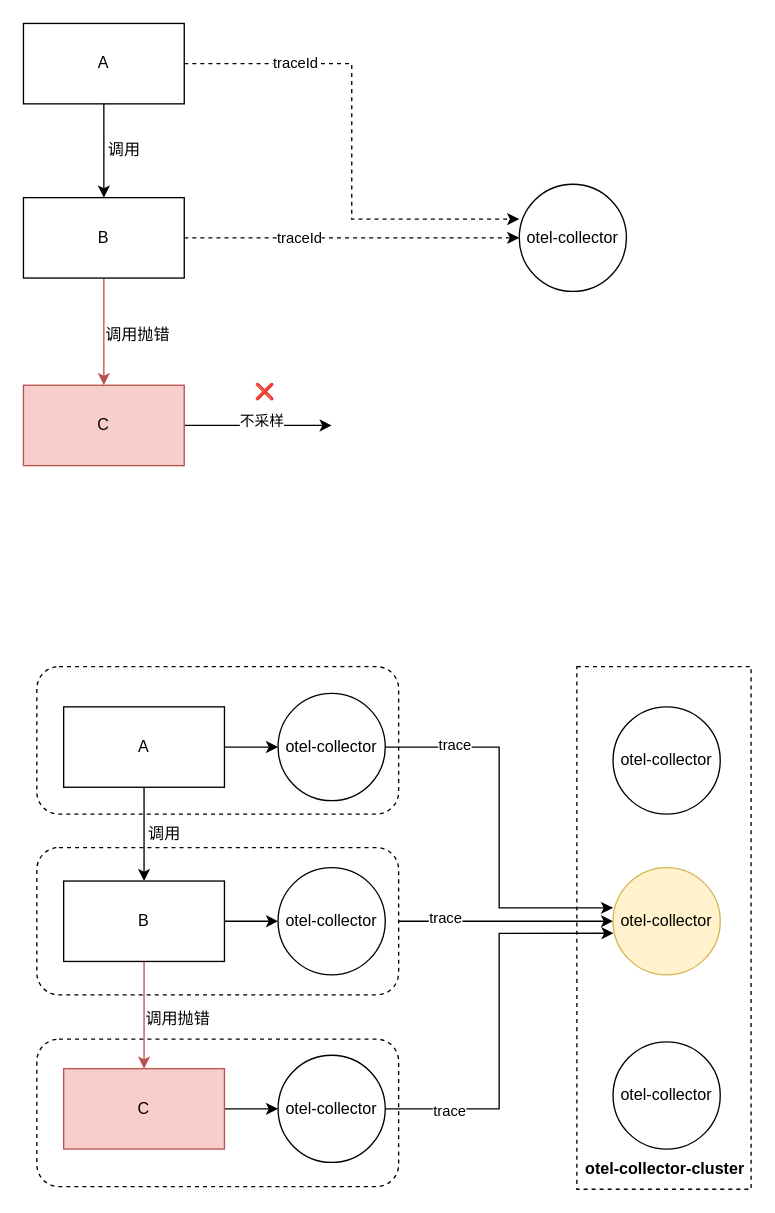
This is diagram/otel.drawio from DogerRain/image, a draw.io file, before an edit. Source tidied: cells renumbered, new cells numbered last; positions are measured from the earlier drawing's top-left corner, leaving out a move shared by most shapes. Both pictures are drawn from the tidied source at 134%, with x=0, y=0 at pixel (23, 23).
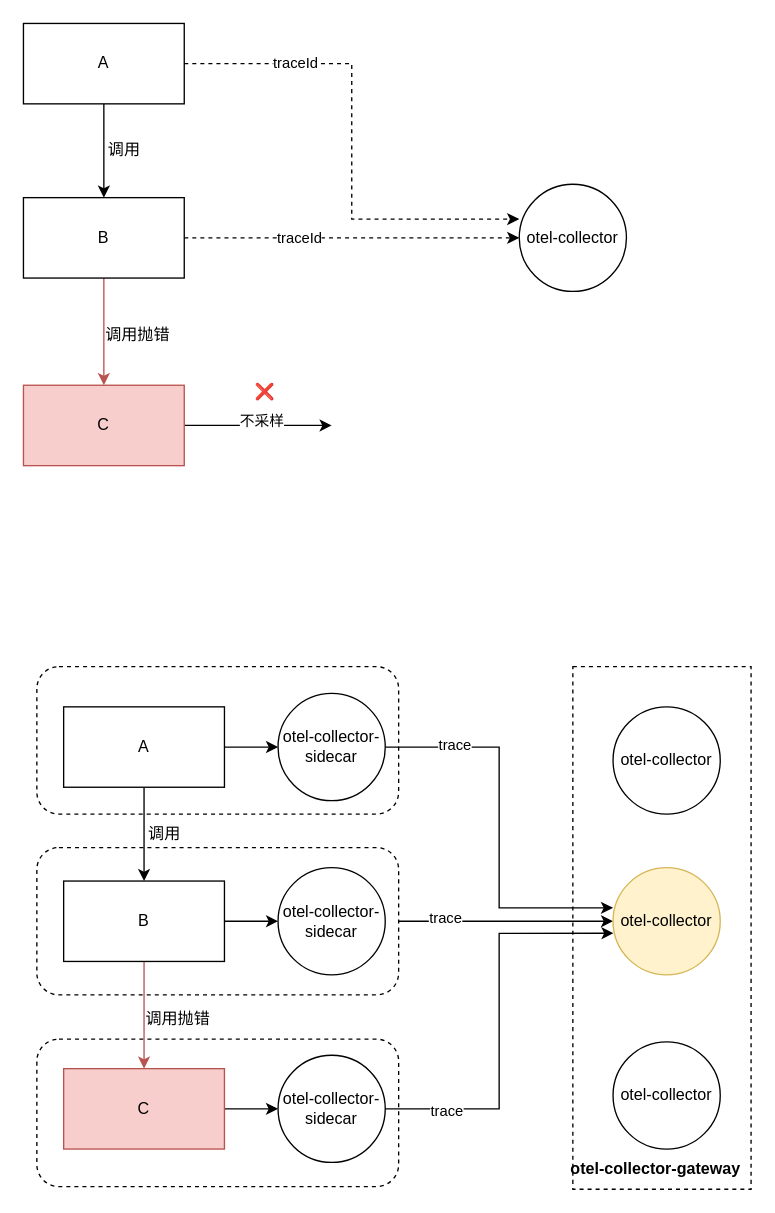
Above is the later version.

Change to the diagram source:
```diff
@@
     <mxCell id="2" style="rounded=0;whiteSpace=wrap;html=1;dashed=1;" parent="1" vertex="1">
-      <mxGeometry x="413" y="480" width="130" height="390" as="geometry" />
+      <mxGeometry x="410" y="480" width="133" height="390" as="geometry" />
     </mxCell>
@@
-    <mxCell id="37" value="otel-collector" style="ellipse;whiteSpace=wrap;html=1;" parent="1" vertex="1">
+    <mxCell id="37" value="otel-collector-sidecar" style="ellipse;whiteSpace=wrap;html=1;" parent="1" vertex="1">
       <mxGeometry x="190" y="500" width="80" height="80" as="geometry" />
     </mxCell>
-    <mxCell id="38" value="otel-collector" style="ellipse;whiteSpace=wrap;html=1;" parent="1" vertex="1">
+    <mxCell id="38" value="otel-collector-sidecar" style="ellipse;whiteSpace=wrap;html=1;" parent="1" vertex="1">
       <mxGeometry x="190" y="630" width="80" height="80" as="geometry" />
     </mxCell>
@@
-    <mxCell id="41" value="otel-collector" style="ellipse;whiteSpace=wrap;html=1;" parent="1" vertex="1">
+    <mxCell id="41" value="otel-collector-sidecar" style="ellipse;whiteSpace=wrap;html=1;" parent="1" vertex="1">
       <mxGeometry x="190" y="770" width="80" height="80" as="geometry" />
     </mxCell>
@@
-    <mxCell id="44" value="&lt;b&gt;otel-collector-cluster&lt;/b&gt;" style="text;html=1;align=center;verticalAlign=middle;whiteSpace=wrap;rounded=0;" parent="1" vertex="1">
-      <mxGeometry x="418" y="840" width="122" height="30" as="geometry" />
+    <mxCell id="44" value="&lt;b&gt;otel-collector-gateway&lt;/b&gt;" style="text;html=1;align=center;verticalAlign=middle;whiteSpace=wrap;rounded=0;" parent="1" vertex="1">
+      <mxGeometry x="401" y="840" width="142" height="30" as="geometry" />
     </mxCell>
@@
     <mxCell id="46" value="trace" style="edgeLabel;html=1;align=center;verticalAlign=middle;" parent="1" vertex="1">
-      <mxGeometry x="310" y="780" as="geometry">
+      <mxGeometry x="308" y="780" as="geometry">
         <mxPoint x="7" y="31" as="offset" />
       </mxGeometry>
     </mxCell>
```
